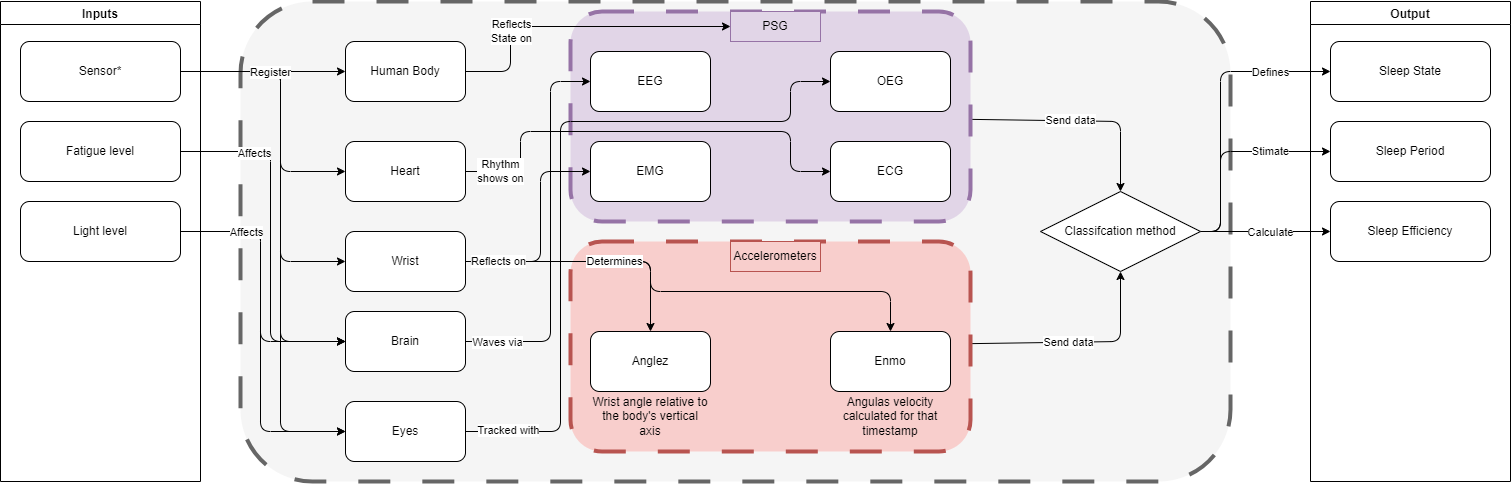
Earlier version of the draw.io export Project/Paper/figures/sleep_system_diagram.png (JkVely/Systems-Analysis). Source tidied: cells renumbered, new cells last; positions are measured from the earlier drawing's top-left corner, leaving out a move shared by most shapes.
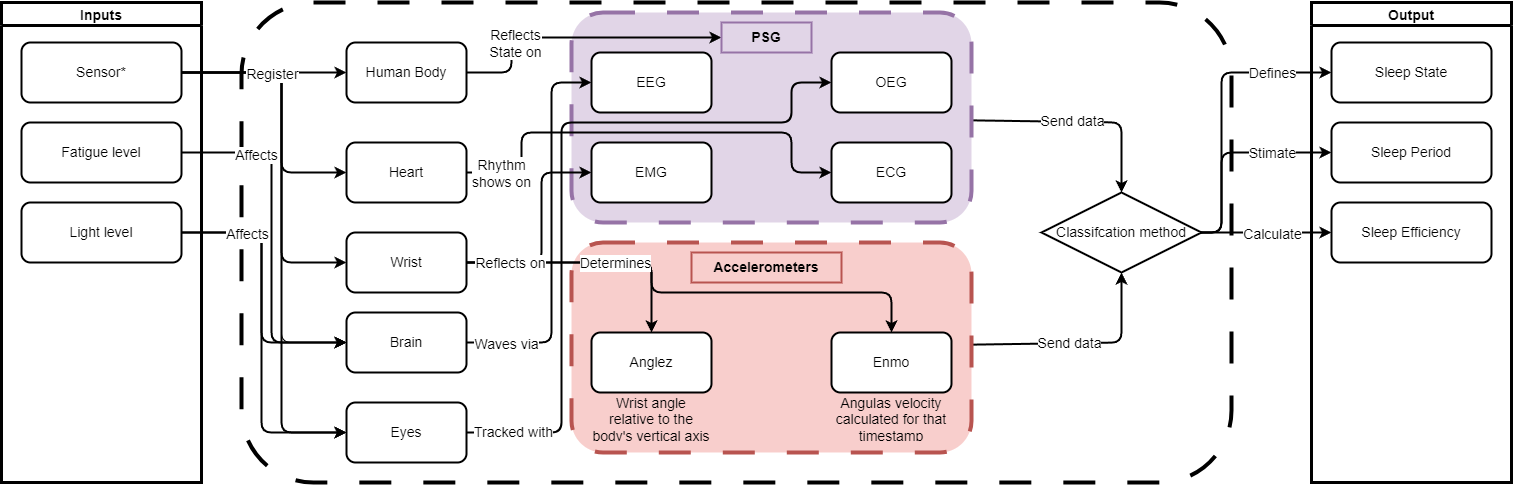
Above is the later version.

The edit, as a diff of the source:
```diff
@@ -2,64 +2,64 @@
   <root>
     <mxCell id="0" />
     <mxCell id="1" parent="0" />
-    <mxCell id="2" style="rounded=1;whiteSpace=wrap;html=1;dashed=1;strokeColor=#666666;strokeWidth=4;dashPattern=8 8;perimeterSpacing=0;fillColor=#f5f5f5;fontColor=#333333;glass=0;shadow=0;gradientColor=none;" parent="1" vertex="1">
+    <mxCell id="2" style="rounded=1;whiteSpace=wrap;html=1;dashed=1;strokeWidth=4;dashPattern=8 8;perimeterSpacing=0;glass=0;shadow=0;" parent="1" vertex="1">
       <mxGeometry x="240" width="990" height="480" as="geometry" />
     </mxCell>
-    <mxCell id="3" style="edgeStyle=none;html=1;" parent="1" edge="1" source="5" target="62">
+    <mxCell id="3" style="edgeStyle=none;html=1;strokeWidth=2;" parent="1" edge="1" source="5" target="62">
       <mxGeometry relative="1" as="geometry">
         <Array as="points">
           <mxPoint x="1120" y="340" />
         </Array>
       </mxGeometry>
     </mxCell>
-    <mxCell id="4" value="Send data" style="edgeLabel;html=1;align=center;verticalAlign=middle;" parent="3" vertex="1">
+    <mxCell id="4" value="Send data" style="edgeLabel;html=1;align=center;verticalAlign=middle;fontSize=14;" parent="3" vertex="1">
       <mxGeometry x="-0.12" relative="1" as="geometry" />
     </mxCell>
     <mxCell id="5" style="rounded=1;whiteSpace=wrap;html=1;dashed=1;strokeColor=#b85450;strokeWidth=4;dashPattern=8 8;perimeterSpacing=0;fillColor=#f8cecc;glass=0;shadow=0;" parent="1" vertex="1">
       <mxGeometry x="570" y="240" width="400" height="210" as="geometry" />
     </mxCell>
-    <mxCell id="6" style="edgeStyle=none;html=1;" parent="1" edge="1" source="8" target="62">
+    <mxCell id="6" style="edgeStyle=none;html=1;strokeWidth=2;" parent="1" edge="1" source="8" target="62">
       <mxGeometry relative="1" as="geometry">
         <Array as="points">
           <mxPoint x="1120" y="120" />
         </Array>
       </mxGeometry>
     </mxCell>
-    <mxCell id="7" value="Send data" style="edgeLabel;html=1;align=center;verticalAlign=middle;" parent="6" vertex="1">
+    <mxCell id="7" value="Send data" style="edgeLabel;html=1;align=center;verticalAlign=middle;fontSize=14;" parent="6" vertex="1">
       <mxGeometry x="-0.09" y="1" relative="1" as="geometry" />
     </mxCell>
     <mxCell id="8" style="rounded=1;whiteSpace=wrap;html=1;dashed=1;strokeColor=#9673a6;strokeWidth=4;dashPattern=8 8;perimeterSpacing=0;fillColor=#e1d5e7;glass=0;shadow=0;" parent="1" vertex="1">
       <mxGeometry x="570" y="10" width="400" height="210" as="geometry" />
     </mxCell>
-    <mxCell id="9" value="Inputs" style="swimlane;startSize=23;" parent="1" vertex="1">
+    <mxCell id="9" value="Inputs" style="swimlane;startSize=23;strokeWidth=3;fontSize=14;" parent="1" vertex="1">
       <mxGeometry width="200" height="480" as="geometry" />
     </mxCell>
-    <mxCell id="10" value="Sensor*" style="rounded=1;whiteSpace=wrap;html=1;" parent="9" vertex="1">
+    <mxCell id="10" value="Sensor*" style="rounded=1;whiteSpace=wrap;html=1;strokeWidth=2;fontSize=14;" parent="9" vertex="1">
       <mxGeometry x="20" y="40" width="160" height="60" as="geometry" />
     </mxCell>
-    <mxCell id="11" value="Fatigue level" style="rounded=1;whiteSpace=wrap;html=1;" parent="9" vertex="1">
+    <mxCell id="11" value="Fatigue level" style="rounded=1;whiteSpace=wrap;html=1;strokeWidth=2;fontSize=14;" parent="9" vertex="1">
       <mxGeometry x="20" y="120" width="160" height="60" as="geometry" />
     </mxCell>
-    <mxCell id="12" value="Light level" style="rounded=1;whiteSpace=wrap;html=1;" parent="9" vertex="1">
+    <mxCell id="12" value="Light level" style="rounded=1;whiteSpace=wrap;html=1;strokeWidth=2;fontSize=14;" parent="9" vertex="1">
       <mxGeometry x="20" y="200" width="160" height="60" as="geometry" />
     </mxCell>
-    <mxCell id="13" style="edgeStyle=none;html=1;" parent="1" edge="1" source="15" target="29">
+    <mxCell id="13" style="edgeStyle=none;html=1;strokeWidth=2;" parent="1" edge="1" source="15" target="29">
       <mxGeometry relative="1" as="geometry">
         <Array as="points">
           <mxPoint x="510" y="70" />
-          <mxPoint x="510" y="25" />
+          <mxPoint x="510" y="35" />
         </Array>
       </mxGeometry>
     </mxCell>
-    <mxCell id="14" value="Reflects&lt;br&gt;State on" style="edgeLabel;html=1;align=center;verticalAlign=middle;" parent="13" vertex="1">
+    <mxCell id="14" value="Reflects&lt;br&gt;State on" style="edgeLabel;html=1;align=center;verticalAlign=middle;fontSize=14;" parent="13" vertex="1">
       <mxGeometry x="-0.25" y="3" relative="1" as="geometry">
         <mxPoint x="-25" y="8" as="offset" />
       </mxGeometry>
     </mxCell>
-    <mxCell id="15" value="Human Body" style="rounded=1;whiteSpace=wrap;html=1;" parent="1" vertex="1">
+    <mxCell id="15" value="Human Body" style="rounded=1;whiteSpace=wrap;html=1;strokeWidth=2;fontSize=14;" parent="1" vertex="1">
       <mxGeometry x="345" y="40" width="120" height="60" as="geometry" />
     </mxCell>
-    <mxCell id="16" style="edgeStyle=none;html=1;entryX=0;entryY=0.5;entryDx=0;entryDy=0;" parent="1" edge="1" source="18" target="28">
+    <mxCell id="16" style="edgeStyle=none;html=1;entryX=0;entryY=0.5;entryDx=0;entryDy=0;strokeWidth=2;" parent="1" edge="1" source="18" target="28">
       <mxGeometry relative="1" as="geometry">
         <Array as="points">
           <mxPoint x="550" y="340" />
@@ -67,15 +67,15 @@
         </Array>
       </mxGeometry>
     </mxCell>
-    <mxCell id="17" value="Waves via" style="edgeLabel;html=1;align=center;verticalAlign=middle;" parent="16" vertex="1">
+    <mxCell id="17" value="Waves via" style="edgeLabel;html=1;align=center;verticalAlign=middle;fontSize=14;" parent="16" vertex="1">
       <mxGeometry x="-0.87" y="-1" relative="1" as="geometry">
-        <mxPoint x="6" as="offset" />
+        <mxPoint x="15" as="offset" />
       </mxGeometry>
     </mxCell>
-    <mxCell id="18" value="Brain" style="rounded=1;whiteSpace=wrap;html=1;" parent="1" vertex="1">
+    <mxCell id="18" value="Brain" style="rounded=1;whiteSpace=wrap;html=1;strokeWidth=2;fontSize=14;" parent="1" vertex="1">
       <mxGeometry x="345" y="310" width="120" height="60" as="geometry" />
     </mxCell>
-    <mxCell id="19" style="edgeStyle=none;html=1;" parent="1" edge="1" source="21" target="39">
+    <mxCell id="19" style="edgeStyle=none;html=1;strokeWidth=2;" parent="1" edge="1" source="21" target="39">
       <mxGeometry relative="1" as="geometry">
         <Array as="points">
           <mxPoint x="520" y="170" />
@@ -85,22 +85,22 @@
         </Array>
       </mxGeometry>
     </mxCell>
-    <mxCell id="20" value="Rhythm&lt;br&gt;shows on" style="edgeLabel;html=1;align=center;verticalAlign=middle;" parent="19" vertex="1">
+    <mxCell id="20" value="Rhythm&lt;br&gt;shows on" style="edgeLabel;html=1;align=center;verticalAlign=middle;fontSize=14;" parent="19" vertex="1">
       <mxGeometry x="-0.89" y="-2" relative="1" as="geometry">
         <mxPoint x="10" y="-2" as="offset" />
       </mxGeometry>
     </mxCell>
-    <mxCell id="21" value="Heart" style="rounded=1;whiteSpace=wrap;html=1;" parent="1" vertex="1">
+    <mxCell id="21" value="Heart" style="rounded=1;whiteSpace=wrap;html=1;strokeWidth=2;fontSize=14;" parent="1" vertex="1">
       <mxGeometry x="345" y="140" width="120" height="60" as="geometry" />
     </mxCell>
-    <mxCell id="22" style="edgeStyle=none;html=1;" parent="1" edge="1" source="27" target="41">
+    <mxCell id="22" style="edgeStyle=none;html=1;strokeWidth=2;" parent="1" edge="1" source="27" target="41">
       <mxGeometry relative="1" as="geometry">
         <Array as="points">
           <mxPoint x="650" y="260" />
         </Array>
       </mxGeometry>
     </mxCell>
-    <mxCell id="23" style="edgeStyle=none;html=1;" parent="1" edge="1" source="27" target="42">
+    <mxCell id="23" style="edgeStyle=none;html=1;strokeWidth=2;" parent="1" edge="1" source="27" target="42">
       <mxGeometry relative="1" as="geometry">
         <Array as="points">
           <mxPoint x="650" y="260" />
@@ -109,10 +109,10 @@
         </Array>
       </mxGeometry>
     </mxCell>
-    <mxCell id="24" value="Determines" style="edgeLabel;html=1;align=center;verticalAlign=middle;" parent="23" vertex="1">
+    <mxCell id="24" value="Determines" style="edgeLabel;html=1;align=center;verticalAlign=middle;fontSize=14;" parent="23" vertex="1">
       <mxGeometry x="-0.4" relative="1" as="geometry" />
     </mxCell>
-    <mxCell id="25" style="edgeStyle=none;html=1;" parent="1" edge="1" source="27" target="38">
+    <mxCell id="25" style="edgeStyle=none;html=1;strokeWidth=2;" parent="1" edge="1" source="27" target="38">
       <mxGeometry relative="1" as="geometry">
         <Array as="points">
           <mxPoint x="540" y="260" />
@@ -120,34 +120,36 @@
         </Array>
       </mxGeometry>
     </mxCell>
-    <mxCell id="26" value="Reflects on" style="edgeLabel;html=1;align=center;verticalAlign=middle;" parent="25" vertex="1">
-      <mxGeometry x="-0.69" relative="1" as="geometry" />
+    <mxCell id="26" value="Reflects on" style="edgeLabel;html=1;align=center;verticalAlign=middle;fontSize=14;" parent="25" vertex="1">
+      <mxGeometry x="-0.69" relative="1" as="geometry">
+        <mxPoint x="10" as="offset" />
+      </mxGeometry>
     </mxCell>
-    <mxCell id="27" value="Wrist" style="rounded=1;whiteSpace=wrap;html=1;" parent="1" vertex="1">
+    <mxCell id="27" value="Wrist" style="rounded=1;whiteSpace=wrap;html=1;strokeWidth=2;fontSize=14;" parent="1" vertex="1">
       <mxGeometry x="345" y="230" width="120" height="60" as="geometry" />
     </mxCell>
-    <mxCell id="28" value="EEG" style="rounded=1;whiteSpace=wrap;html=1;" parent="1" vertex="1">
+    <mxCell id="28" value="EEG" style="rounded=1;whiteSpace=wrap;html=1;strokeWidth=2;fontSize=14;" parent="1" vertex="1">
       <mxGeometry x="590" y="50" width="120" height="60" as="geometry" />
     </mxCell>
-    <mxCell id="29" value="PSG" style="text;html=1;align=center;verticalAlign=middle;whiteSpace=wrap;rounded=0;fillColor=#e1d5e7;strokeColor=#9673a6;" parent="1" vertex="1">
-      <mxGeometry x="730" y="10" width="90" height="30" as="geometry" />
+    <mxCell id="29" value="&lt;span&gt;PSG&lt;/span&gt;" style="text;html=1;align=center;verticalAlign=middle;whiteSpace=wrap;rounded=0;fillColor=#e1d5e7;strokeColor=#9673a6;fontStyle=1;strokeWidth=2;fontSize=14;" parent="1" vertex="1">
+      <mxGeometry x="720" y="20" width="90" height="30" as="geometry" />
     </mxCell>
-    <mxCell id="30" value="Output" style="swimlane;startSize=23;" parent="1" vertex="1">
+    <mxCell id="30" value="Output" style="swimlane;startSize=23;strokeWidth=3;fontSize=14;" parent="1" vertex="1">
       <mxGeometry x="1310" width="200" height="480" as="geometry" />
     </mxCell>
-    <mxCell id="31" value="Sleep State" style="rounded=1;whiteSpace=wrap;html=1;" parent="30" vertex="1">
+    <mxCell id="31" value="Sleep State" style="rounded=1;whiteSpace=wrap;html=1;strokeWidth=2;fontSize=14;" parent="30" vertex="1">
       <mxGeometry x="20" y="40" width="160" height="60" as="geometry" />
     </mxCell>
-    <mxCell id="32" value="Sleep Period" style="rounded=1;whiteSpace=wrap;html=1;" parent="30" vertex="1">
+    <mxCell id="32" value="Sleep Period" style="rounded=1;whiteSpace=wrap;html=1;strokeWidth=2;fontSize=14;" parent="30" vertex="1">
       <mxGeometry x="20" y="120" width="160" height="60" as="geometry" />
     </mxCell>
-    <mxCell id="33" value="Sleep Efficiency" style="rounded=1;whiteSpace=wrap;html=1;" parent="30" vertex="1">
+    <mxCell id="33" value="Sleep Efficiency" style="rounded=1;whiteSpace=wrap;html=1;strokeWidth=2;fontSize=14;" parent="30" vertex="1">
       <mxGeometry x="20" y="200" width="160" height="60" as="geometry" />
     </mxCell>
-    <mxCell id="34" value="OEG" style="rounded=1;whiteSpace=wrap;html=1;" parent="1" vertex="1">
+    <mxCell id="34" value="OEG" style="rounded=1;whiteSpace=wrap;html=1;strokeWidth=2;fontSize=14;" parent="1" vertex="1">
       <mxGeometry x="830" y="50" width="120" height="60" as="geometry" />
     </mxCell>
-    <mxCell id="35" style="edgeStyle=none;html=1;" parent="1" edge="1" source="37" target="34">
+    <mxCell id="35" style="edgeStyle=none;html=1;strokeWidth=2;" parent="1" edge="1" source="37" target="34">
       <mxGeometry relative="1" as="geometry">
         <Array as="points">
           <mxPoint x="560" y="430" />
@@ -157,33 +159,33 @@
         </Array>
       </mxGeometry>
     </mxCell>
-    <mxCell id="36" value="Tracked with" style="edgeLabel;html=1;align=center;verticalAlign=middle;" parent="35" vertex="1">
+    <mxCell id="36" value="Tracked with" style="edgeLabel;html=1;align=center;verticalAlign=middle;fontSize=14;" parent="35" vertex="1">
       <mxGeometry x="-0.84" y="1" relative="1" as="geometry">
-        <mxPoint x="-15" as="offset" />
+        <mxPoint x="-11" as="offset" />
       </mxGeometry>
     </mxCell>
-    <mxCell id="37" value="Eyes" style="rounded=1;whiteSpace=wrap;html=1;" parent="1" vertex="1">
+    <mxCell id="37" value="Eyes" style="rounded=1;whiteSpace=wrap;html=1;strokeWidth=2;fontSize=14;" parent="1" vertex="1">
       <mxGeometry x="345" y="400" width="120" height="60" as="geometry" />
     </mxCell>
-    <mxCell id="38" value="EMG" style="rounded=1;whiteSpace=wrap;html=1;" parent="1" vertex="1">
+    <mxCell id="38" value="EMG" style="rounded=1;whiteSpace=wrap;html=1;strokeWidth=2;fontSize=14;" parent="1" vertex="1">
       <mxGeometry x="590" y="140" width="120" height="60" as="geometry" />
     </mxCell>
-    <mxCell id="39" value="ECG" style="rounded=1;whiteSpace=wrap;html=1;" parent="1" vertex="1">
+    <mxCell id="39" value="ECG" style="rounded=1;whiteSpace=wrap;html=1;strokeWidth=2;fontSize=14;" parent="1" vertex="1">
       <mxGeometry x="830" y="140" width="120" height="60" as="geometry" />
     </mxCell>
-    <mxCell id="40" value="Accelerometers" style="text;html=1;align=center;verticalAlign=middle;whiteSpace=wrap;rounded=0;fillColor=#f8cecc;strokeColor=#b85450;" parent="1" vertex="1">
-      <mxGeometry x="730" y="240" width="90" height="30" as="geometry" />
+    <mxCell id="40" value="&lt;b&gt;Accelerometers&lt;/b&gt;" style="text;html=1;align=center;verticalAlign=middle;whiteSpace=wrap;rounded=0;fillColor=#f8cecc;strokeColor=#b85450;strokeWidth=2;fontSize=14;" parent="1" vertex="1">
+      <mxGeometry x="690" y="250" width="150" height="30" as="geometry" />
     </mxCell>
-    <mxCell id="41" value="Anglez" style="rounded=1;whiteSpace=wrap;html=1;" parent="1" vertex="1">
+    <mxCell id="41" value="Anglez" style="rounded=1;whiteSpace=wrap;html=1;strokeWidth=2;fontSize=14;" parent="1" vertex="1">
       <mxGeometry x="590" y="330" width="120" height="60" as="geometry" />
     </mxCell>
-    <mxCell id="42" value="Enmo" style="rounded=1;whiteSpace=wrap;html=1;" parent="1" vertex="1">
+    <mxCell id="42" value="Enmo" style="rounded=1;whiteSpace=wrap;html=1;strokeWidth=2;fontSize=14;" parent="1" vertex="1">
       <mxGeometry x="830" y="330" width="120" height="60" as="geometry" />
     </mxCell>
-    <mxCell id="43" style="edgeStyle=none;html=1;" parent="1" edge="1" source="10" target="15">
+    <mxCell id="43" style="edgeStyle=none;html=1;strokeWidth=2;" parent="1" edge="1" source="10" target="15">
       <mxGeometry relative="1" as="geometry" />
     </mxCell>
-    <mxCell id="44" style="edgeStyle=none;html=1;exitX=1;exitY=0.5;exitDx=0;exitDy=0;" parent="1" edge="1" source="10" target="21">
+    <mxCell id="44" style="edgeStyle=none;html=1;exitX=1;exitY=0.5;exitDx=0;exitDy=0;strokeWidth=2;" parent="1" edge="1" source="10" target="21">
       <mxGeometry relative="1" as="geometry">
         <Array as="points">
           <mxPoint x="280" y="70" />
@@ -191,7 +193,7 @@
         </Array>
       </mxGeometry>
     </mxCell>
-    <mxCell id="45" style="edgeStyle=none;html=1;" parent="1" edge="1" source="10" target="27">
+    <mxCell id="45" style="edgeStyle=none;html=1;strokeWidth=2;" parent="1" edge="1" source="10" target="27">
       <mxGeometry relative="1" as="geometry">
         <Array as="points">
           <mxPoint x="280" y="70" />
@@ -207,7 +209,7 @@
         </Array>
       </mxGeometry>
     </mxCell>
-    <mxCell id="47" style="edgeStyle=none;html=1;" parent="1" edge="1" source="10" target="37">
+    <mxCell id="47" style="edgeStyle=none;html=1;endSize=6;strokeWidth=2;" parent="1" edge="1" source="10" target="37">
       <mxGeometry relative="1" as="geometry">
         <Array as="points">
           <mxPoint x="280" y="70" />
@@ -215,12 +217,12 @@
         </Array>
       </mxGeometry>
     </mxCell>
-    <mxCell id="48" value="Register" style="edgeLabel;html=1;align=center;verticalAlign=middle;" parent="47" vertex="1">
+    <mxCell id="48" value="Register" style="edgeLabel;html=1;align=center;verticalAlign=middle;fontSize=14;" parent="47" vertex="1">
       <mxGeometry x="0.52" y="2" relative="1" as="geometry">
         <mxPoint x="-12" y="-299" as="offset" />
       </mxGeometry>
     </mxCell>
-    <mxCell id="49" style="edgeStyle=none;html=1;" parent="1" edge="1" source="11" target="18">
+    <mxCell id="49" style="edgeStyle=none;html=1;strokeWidth=2;" parent="1" edge="1" source="11" target="18">
       <mxGeometry relative="1" as="geometry">
         <Array as="points">
           <mxPoint x="270" y="150" />
@@ -228,10 +230,10 @@
         </Array>
       </mxGeometry>
     </mxCell>
-    <mxCell id="50" value="Affects" style="edgeLabel;html=1;align=center;verticalAlign=middle;" parent="49" vertex="1">
+    <mxCell id="50" value="Affects" style="edgeLabel;html=1;align=center;verticalAlign=middle;fontSize=14;" parent="49" vertex="1">
       <mxGeometry x="-0.59" y="-2" relative="1" as="geometry" />
     </mxCell>
-    <mxCell id="51" style="edgeStyle=none;html=1;" parent="1" edge="1" source="12" target="37">
+    <mxCell id="51" style="edgeStyle=none;html=1;strokeWidth=2;" parent="1" edge="1" source="12" target="37">
       <mxGeometry relative="1" as="geometry">
         <Array as="points">
           <mxPoint x="260" y="230" />
@@ -239,7 +241,7 @@
         </Array>
       </mxGeometry>
     </mxCell>
-    <mxCell id="52" style="edgeStyle=none;html=1;" parent="1" edge="1" source="12" target="18">
+    <mxCell id="52" style="edgeStyle=none;html=1;strokeWidth=2;" parent="1" edge="1" source="12" target="18">
       <mxGeometry relative="1" as="geometry">
         <Array as="points">
           <mxPoint x="260" y="230" />
@@ -247,22 +249,22 @@
         </Array>
       </mxGeometry>
     </mxCell>
-    <mxCell id="53" value="Affects" style="edgeLabel;html=1;align=center;verticalAlign=middle;" parent="52" vertex="1">
+    <mxCell id="53" value="Affects" style="edgeLabel;html=1;align=center;verticalAlign=middle;fontSize=14;" parent="52" vertex="1">
       <mxGeometry x="-0.63" y="-1" relative="1" as="geometry">
         <mxPoint x="14" as="offset" />
       </mxGeometry>
     </mxCell>
     <object id="54" label="Wrist angle relative to the body's vertical axis" name="Variable" placeholders="1">
-      <mxCell style="text;html=1;strokeColor=none;fillColor=none;align=center;verticalAlign=middle;whiteSpace=wrap;overflow=hidden;" parent="1" vertex="1">
+      <mxCell style="text;html=1;strokeColor=none;fillColor=none;align=center;verticalAlign=middle;whiteSpace=wrap;overflow=hidden;fontSize=14;" parent="1" vertex="1">
         <mxGeometry x="590" y="390" width="120" height="50" as="geometry" />
       </mxCell>
     </object>
     <object id="55" label="Angulas velocity calculated for that timestamp" name="Variable" placeholders="1">
-      <mxCell style="text;html=1;strokeColor=none;fillColor=none;align=center;verticalAlign=middle;whiteSpace=wrap;overflow=hidden;" parent="1" vertex="1">
+      <mxCell style="text;html=1;strokeColor=none;fillColor=none;align=center;verticalAlign=middle;whiteSpace=wrap;overflow=hidden;fontSize=14;" parent="1" vertex="1">
         <mxGeometry x="830" y="390" width="120" height="50" as="geometry" />
       </mxCell>
     </object>
-    <mxCell id="56" style="edgeStyle=none;html=1;" parent="1" edge="1" target="31">
+    <mxCell id="56" style="edgeStyle=none;html=1;strokeWidth=2;" parent="1" edge="1" target="31">
       <mxGeometry relative="1" as="geometry">
         <mxPoint x="1150" y="230" as="sourcePoint" />
         <Array as="points">
@@ -271,12 +273,12 @@
         </Array>
       </mxGeometry>
     </mxCell>
-    <mxCell id="57" value="Defines" style="edgeLabel;html=1;align=center;verticalAlign=middle;" parent="56" vertex="1">
+    <mxCell id="57" value="Defines" style="edgeLabel;html=1;align=center;verticalAlign=middle;fontSize=14;" parent="56" vertex="1">
       <mxGeometry x="-0.12" y="-4" relative="1" as="geometry">
         <mxPoint x="46" y="-80" as="offset" />
       </mxGeometry>
     </mxCell>
-    <mxCell id="58" style="edgeStyle=none;html=1;" parent="1" edge="1" target="32">
+    <mxCell id="58" style="edgeStyle=none;html=1;strokeWidth=2;" parent="1" edge="1" target="32">
       <mxGeometry relative="1" as="geometry">
         <mxPoint x="1150" y="230" as="sourcePoint" />
         <Array as="points">
@@ -285,20 +287,20 @@
         </Array>
       </mxGeometry>
     </mxCell>
-    <mxCell id="59" value="Stimate" style="edgeLabel;html=1;align=center;verticalAlign=middle;" parent="58" vertex="1">
+    <mxCell id="59" value="Stimate" style="edgeLabel;html=1;align=center;verticalAlign=middle;fontSize=14;" parent="58" vertex="1">
       <mxGeometry x="0.49" y="-3" relative="1" as="geometry">
         <mxPoint x="6" y="-3" as="offset" />
       </mxGeometry>
     </mxCell>
-    <mxCell id="60" style="edgeStyle=none;html=1;" parent="1" edge="1" target="33">
+    <mxCell id="60" style="edgeStyle=none;html=1;strokeWidth=2;" parent="1" edge="1" target="33">
       <mxGeometry relative="1" as="geometry">
         <mxPoint x="1150" y="230" as="sourcePoint" />
       </mxGeometry>
     </mxCell>
-    <mxCell id="61" value="Calculate" style="edgeLabel;html=1;align=center;verticalAlign=middle;" parent="60" vertex="1">
+    <mxCell id="61" value="Calculate" style="edgeLabel;html=1;align=center;verticalAlign=middle;fontSize=14;" parent="60" vertex="1">
       <mxGeometry x="0.33" y="-1" relative="1" as="geometry" />
     </mxCell>
-    <mxCell id="62" value="Classifcation method" style="rhombus;whiteSpace=wrap;html=1;" parent="1" vertex="1">
+    <mxCell id="62" value="Classifcation method" style="rhombus;whiteSpace=wrap;html=1;strokeWidth=2;fontSize=14;" parent="1" vertex="1">
       <mxGeometry x="1040" y="190" width="160" height="80" as="geometry" />
     </mxCell>
   </root>
```
